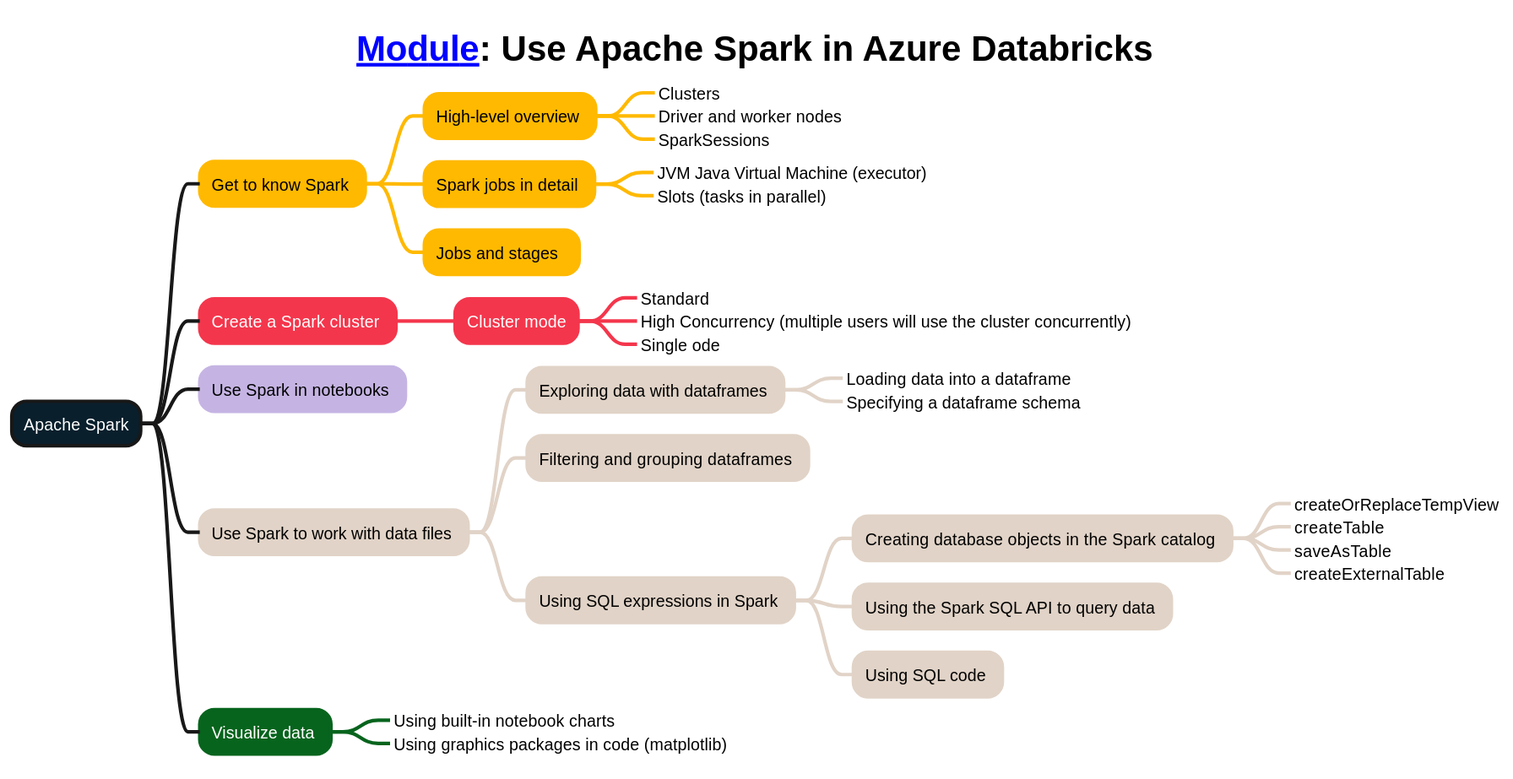
Earlier version of the PlantUML export mindmaps/23-Use Apache Spark in Azure Databricks.svg (weslbo/dp-203). The source it was exported from:
```plantuml
@startmindmap
<style>
title {
        FontSize 30
        FontColor #000000
    }
mindmapDiagram {
    :depth(0) {
        BackgroundColor #091f2c
        FontColor #ffffff
        LineThickness 3.0
    }
    .topic1 {
        BackgroundColor #ffb900
        LineColor #ffb900
        LineThickness 3.0
        FontColor #000000
    }
    .topic2 {
        BackgroundColor #f4364c
        LineColor #f4364c
        LineThickness 3.0
        FontColor #ffffff
    }
    .topic3 {
        BackgroundColor #c5b4e3
        LineColor #c5b4e3
        LineThickness 3.0
        FontColor #000000
    }
    .topic4 {
        BackgroundColor #e1d3c7
        LineColor #e1d3c7
        LineThickness 3.0
        FontColor #000000
    }
    .topic5 {
        BackgroundColor #07641d
        LineColor #07641d
        LineThickness 3.0
        FontColor #ffffff
    }
}
</style>
title [[https://learn.microsoft.com/training/modules/use-apache-spark-azure-databricks/ Module]]: Use Apache Spark in Azure Databricks
+ Apache Spark
++ Get to know Spark <<topic1>>
+++ High-level overview <<topic1>>
++++_ Clusters
++++_ Driver and worker nodes
++++_ SparkSessions
+++ Spark jobs in detail <<topic1>>
++++_ JVM Java Virtual Machine (executor)
++++_ Slots (tasks in parallel)
+++ Jobs and stages  <<topic1>>
++ Create a Spark cluster <<topic2>>
+++ Cluster mode<<topic2>>
++++_ Standard
++++_ High Concurrency (multiple users will use the cluster concurrently)
++++_ Single ode
++ Use Spark in notebooks <<topic3>>
++ Use Spark to work with data files <<topic4>>
+++ Exploring data with dataframes <<topic4>>
++++_ Loading data into a dataframe
++++_ Specifying a dataframe schema
+++ Filtering and grouping dataframes <<topic4>>
+++ Using SQL expressions in Spark <<topic4>>
++++ Creating database objects in the Spark catalog <<topic4>>
+++++_ createOrReplaceTempView
+++++_ createTable
+++++_ saveAsTable
+++++_ createExternalTable
++++ Using the Spark SQL API to query data <<topic4>>
++++ Using SQL code <<topic4>>
++ Visualize data <<topic5>>
+++_ Using built-in notebook charts
+++_ Using graphics packages in code (matplotlib)
@endmindmap
```
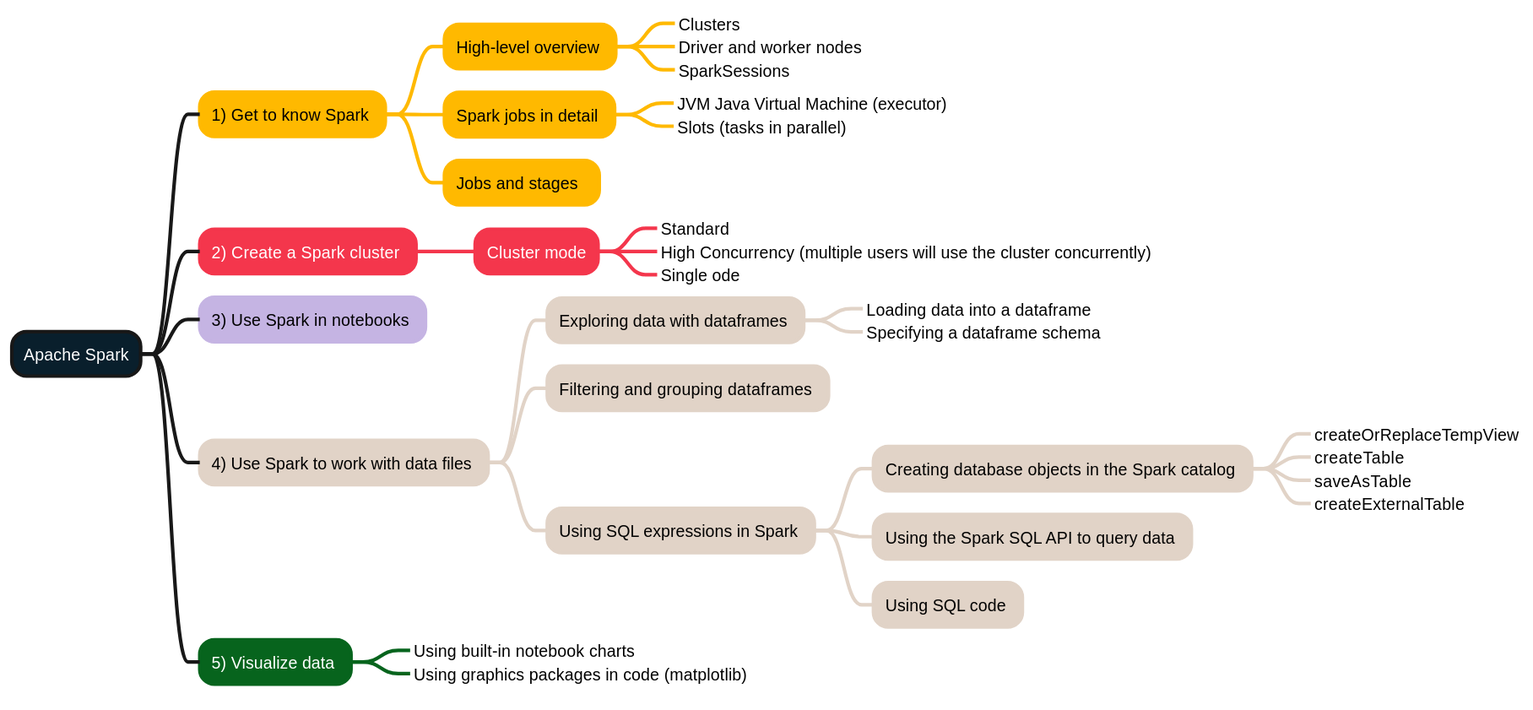
The same file after the commit.

What changed in the source:
```diff
@@ -1,50 +1,43 @@
 @startmindmap
 <style>
-title {
-        FontSize 30
-        FontColor #000000
-    }
-mindmapDiagram {
-    :depth(0) {
-        BackgroundColor #091f2c
-        FontColor #ffffff
-        LineThickness 3.0
-    }
-    .topic1 {
-        BackgroundColor #ffb900
-        LineColor #ffb900
-        LineThickness 3.0
-        FontColor #000000
-    }
-    .topic2 {
-        BackgroundColor #f4364c
-        LineColor #f4364c
-        LineThickness 3.0
-        FontColor #ffffff
-    }
-    .topic3 {
-        BackgroundColor #c5b4e3
-        LineColor #c5b4e3
-        LineThickness 3.0
-        FontColor #000000
-    }
-    .topic4 {
-        BackgroundColor #e1d3c7
-        LineColor #e1d3c7
-        LineThickness 3.0
-        FontColor #000000
-    }
-    .topic5 {
-        BackgroundColor #07641d
-        LineColor #07641d
-        LineThickness 3.0
-        FontColor #ffffff
-    }
+:depth(0) {
+    BackgroundColor #091f2c
+    FontColor #ffffff
+    LineThickness 3.0
+}
+.topic1 {
+    BackgroundColor #ffb900
+    LineColor #ffb900
+    LineThickness 3.0
+    FontColor #000000
+}
+.topic2 {
+    BackgroundColor #f4364c
+    LineColor #f4364c
+    LineThickness 3.0
+    FontColor #ffffff
+}
+.topic3 {
+    BackgroundColor #c5b4e3
+    LineColor #c5b4e3
+    LineThickness 3.0
+    FontColor #000000
+}
+.topic4 {
+    BackgroundColor #e1d3c7
+    LineColor #e1d3c7
+    LineThickness 3.0
+    FontColor #000000
+}
+.topic5 {
+    BackgroundColor #07641d
+    LineColor #07641d
+    LineThickness 3.0
+    FontColor #ffffff
 }
 </style>
-title [[https://learn.microsoft.com/training/modules/use-apache-spark-azure-databricks/ Module]]: Use Apache Spark in Azure Databricks
 + Apache Spark
-++ Get to know Spark <<topic1>>
+++ 1) Get to know Spark <<topic1>>
 +++ High-level overview <<topic1>>
 ++++_ Clusters
 ++++_ Driver and worker nodes
@@ -53,13 +46,13 @@
 ++++_ JVM Java Virtual Machine (executor)
 ++++_ Slots (tasks in parallel)
 +++ Jobs and stages  <<topic1>>
-++ Create a Spark cluster <<topic2>>
+++ 2) Create a Spark cluster <<topic2>>
 +++ Cluster mode<<topic2>>
 ++++_ Standard
 ++++_ High Concurrency (multiple users will use the cluster concurrently)
 ++++_ Single ode
-++ Use Spark in notebooks <<topic3>>
-++ Use Spark to work with data files <<topic4>>
+++ 3) Use Spark in notebooks <<topic3>>
+++ 4) Use Spark to work with data files <<topic4>>
 +++ Exploring data with dataframes <<topic4>>
 ++++_ Loading data into a dataframe
 ++++_ Specifying a dataframe schema
@@ -72,7 +65,7 @@
 +++++_ createExternalTable
 ++++ Using the Spark SQL API to query data <<topic4>>
 ++++ Using SQL code <<topic4>>
-++ Visualize data <<topic5>>
+++ 5) Visualize data <<topic5>>
 +++_ Using built-in notebook charts
 +++_ Using graphics packages in code (matplotlib)
 @endmindmap
```
